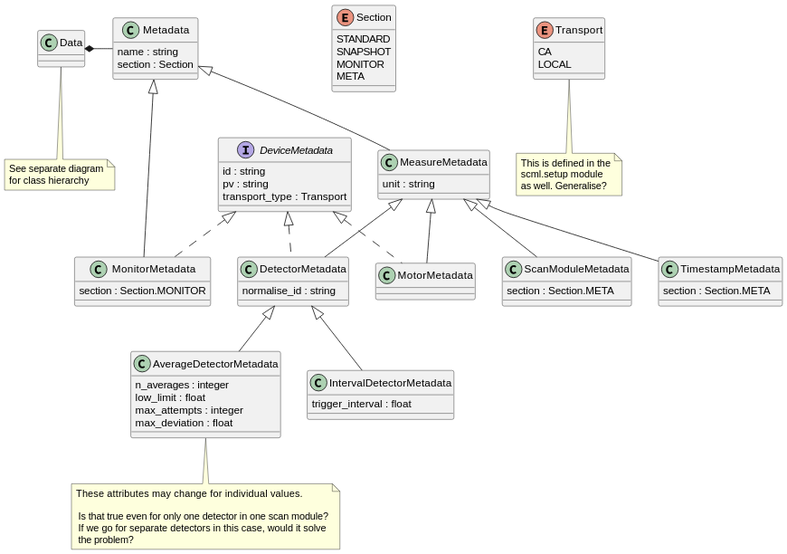
The PlantUML diagram docs/uml/evedata.evefile.metadata.svg in tillbiskup/evedata, before a commit.
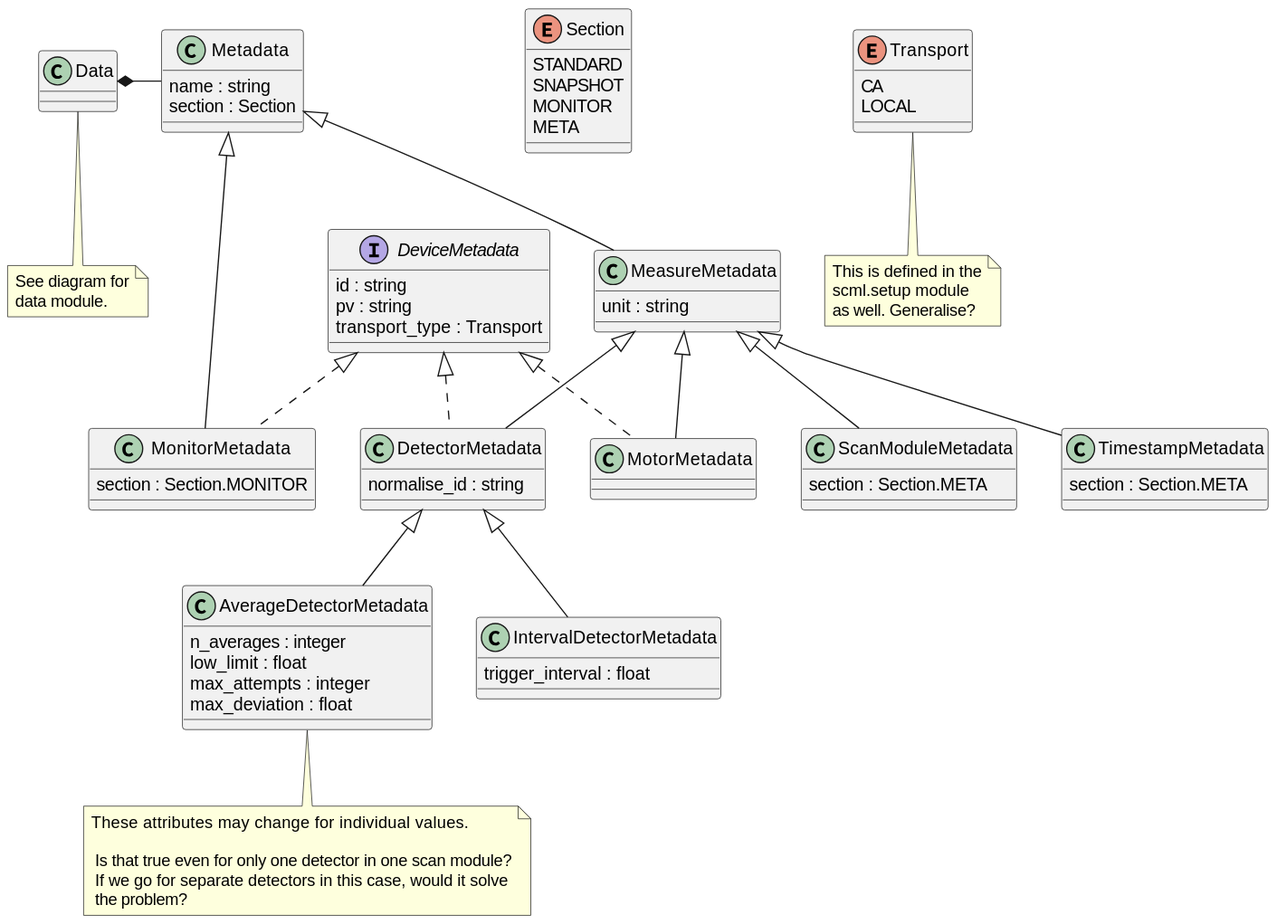
The same file after the commit.

Change to the diagram source:
```diff
@@ -6,7 +6,7 @@
 
 class Data {
 }
-note bottom: See separate diagram\nfor class hierarchy
+note bottom: See diagram for\ndata module.
 
 enum Section {
     STANDARD
```
